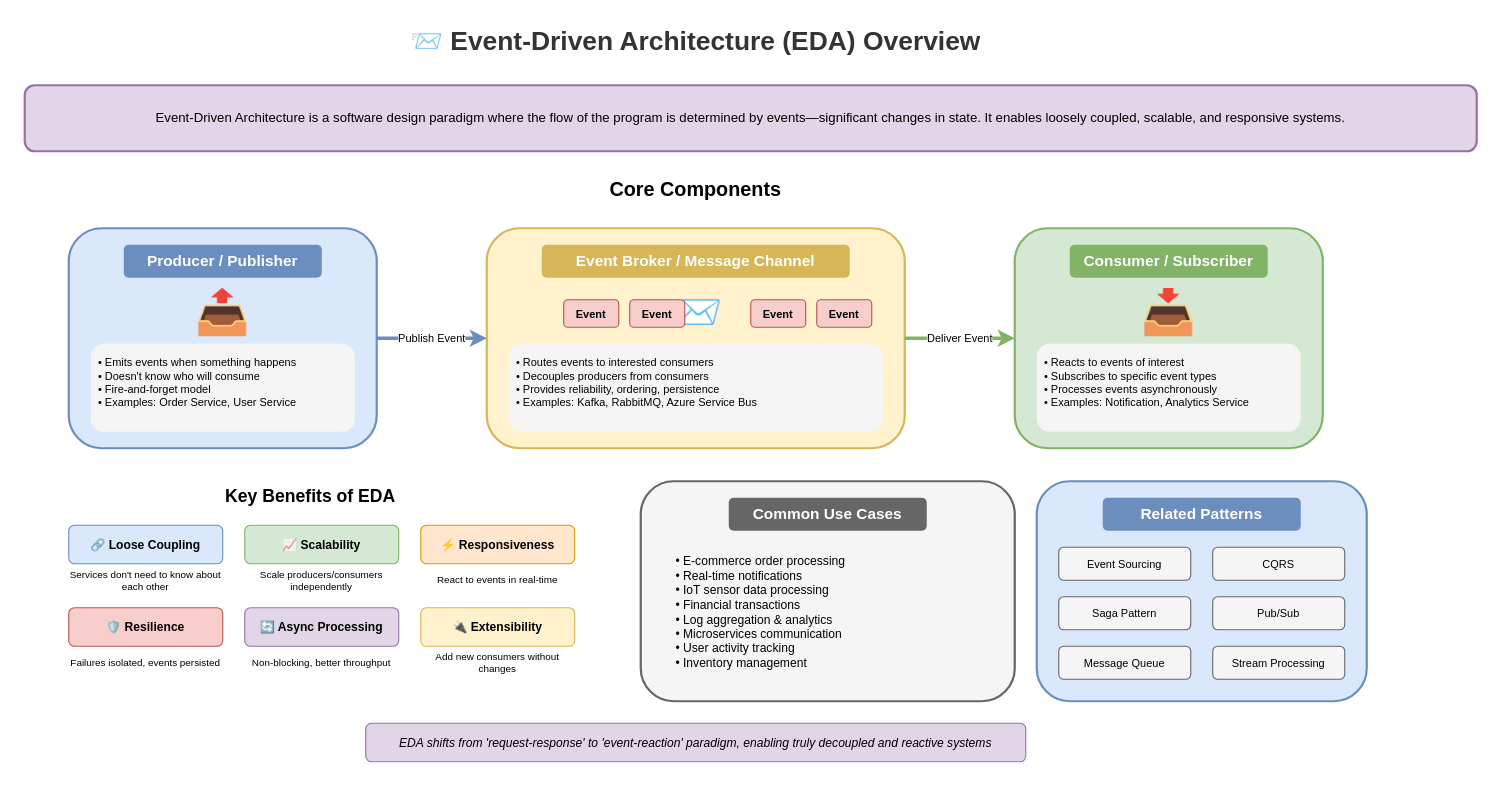
Earlier version of the draw.io diagram lesson-02-event-driven-architecture/01-core-concepts/1.1-eda-overview.drawio (MrParkerZ7/document-lesson-software-architect-x-claude). Source tidied: cells renumbered, new cells numbered last; positions are measured from the earlier drawing's top-left corner, leaving out a move shared by most shapes. Both pictures are drawn from the tidied source at 110%, with x=0, y=0 at pixel (24, 19).
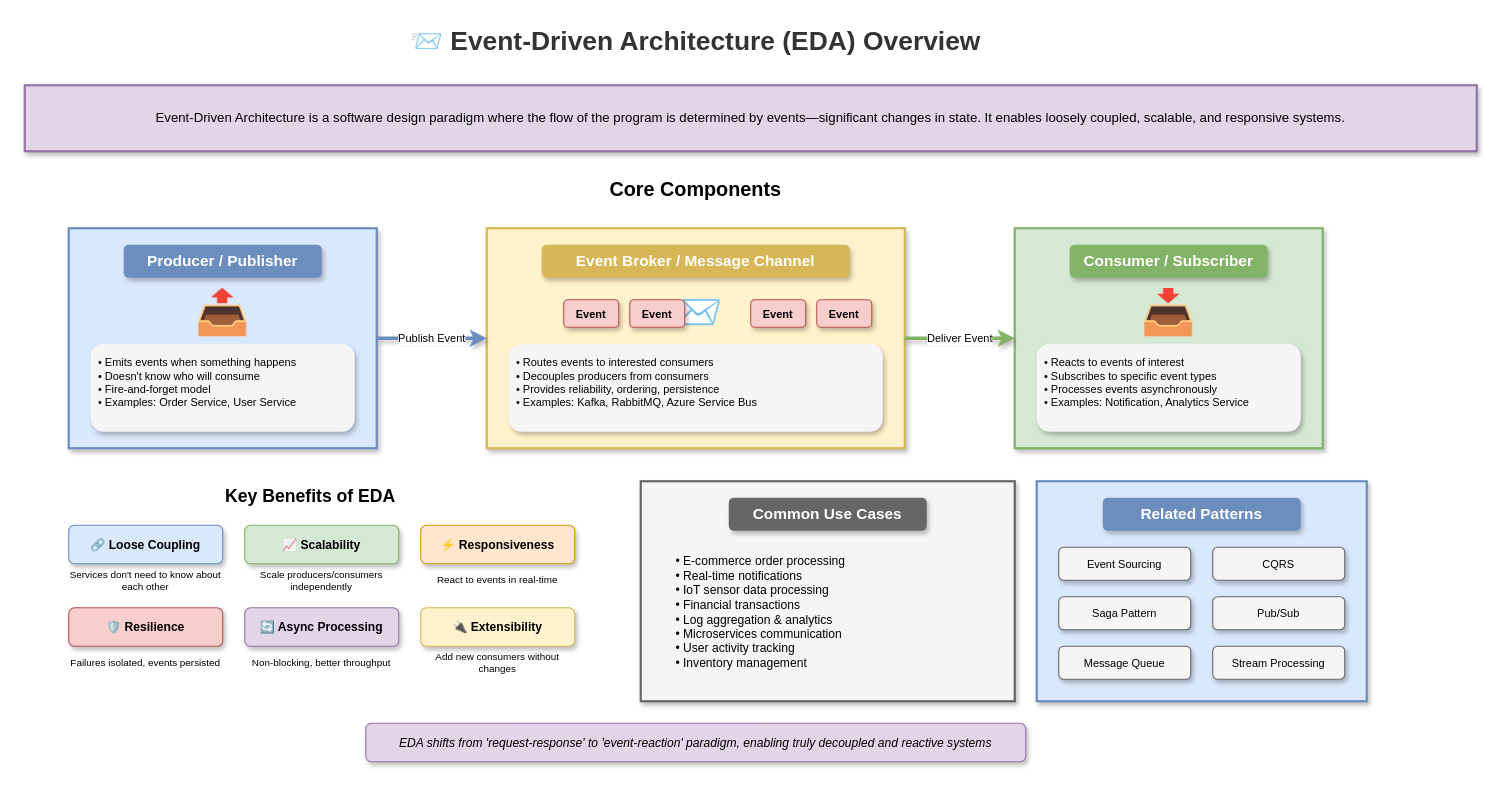
Above is the later version.

Change to the diagram source:
```diff
@@
-    <mxCell id="3" style="rounded=1;whiteSpace=wrap;html=1;fillColor=#e1d5e7;strokeColor=#9673a6;strokeWidth=2;" parent="1" vertex="1">
+    <mxCell id="3" style="rounded=0;whiteSpace=wrap;html=1;fillColor=#e1d5e7;strokeColor=#9673a6;strokeWidth=2;shadow=1;" parent="1" vertex="1">
       <mxGeometry y="60" width="1320" height="60" as="geometry" />
     </mxCell>
@@
-    <mxCell id="6" style="rounded=1;whiteSpace=wrap;html=1;fillColor=#dae8fc;strokeColor=#6c8ebf;strokeWidth=2;" parent="1" vertex="1">
+    <mxCell id="6" style="rounded=0;whiteSpace=wrap;html=1;fillColor=#dae8fc;strokeColor=#6c8ebf;strokeWidth=2;shadow=1;" parent="1" vertex="1">
       <mxGeometry x="40" y="190" width="280" height="200" as="geometry" />
     </mxCell>
-    <mxCell id="7" value="Producer / Publisher" style="text;html=1;strokeColor=none;fillColor=#6c8ebf;align=center;verticalAlign=middle;whiteSpace=wrap;rounded=1;fontSize=14;fontStyle=1;fontColor=#ffffff;" parent="1" vertex="1">
+    <mxCell id="7" value="Producer / Publisher" style="text;html=1;strokeColor=none;fillColor=#6c8ebf;align=center;verticalAlign=middle;whiteSpace=wrap;rounded=1;fontSize=14;fontStyle=1;fontColor=#ffffff;shadow=1;" parent="1" vertex="1">
       <mxGeometry x="90" y="205" width="180" height="30" as="geometry" />
     </mxCell>
@@
-    <mxCell id="9" value="• Emits events when something happens&#10;• Doesn't know who will consume&#10;• Fire-and-forget model&#10;• Examples: Order Service, User Service" style="text;html=1;strokeColor=none;fillColor=#f5f5f5;align=left;verticalAlign=top;whiteSpace=wrap;rounded=1;fontSize=10;spacingLeft=5;spacingTop=5;" parent="1" vertex="1">
+    <mxCell id="9" value="• Emits events when something happens&#10;• Doesn't know who will consume&#10;• Fire-and-forget model&#10;• Examples: Order Service, User Service" style="text;html=1;strokeColor=none;fillColor=#f5f5f5;align=left;verticalAlign=top;whiteSpace=wrap;rounded=1;fontSize=10;spacingLeft=5;spacingTop=5;shadow=1;" parent="1" vertex="1">
       <mxGeometry x="60" y="295" width="240" height="80" as="geometry" />
     </mxCell>
-    <mxCell id="10" style="rounded=1;whiteSpace=wrap;html=1;fillColor=#fff2cc;strokeColor=#d6b656;strokeWidth=2;" parent="1" vertex="1">
+    <mxCell id="10" style="rounded=0;whiteSpace=wrap;html=1;fillColor=#fff2cc;strokeColor=#d6b656;strokeWidth=2;shadow=1;" parent="1" vertex="1">
       <mxGeometry x="420" y="190" width="380" height="200" as="geometry" />
     </mxCell>
-    <mxCell id="11" value="Event Broker / Message Channel" style="text;html=1;strokeColor=none;fillColor=#d6b656;align=center;verticalAlign=middle;whiteSpace=wrap;rounded=1;fontSize=14;fontStyle=1;fontColor=#ffffff;" parent="1" vertex="1">
+    <mxCell id="11" value="Event Broker / Message Channel" style="text;html=1;strokeColor=none;fillColor=#d6b656;align=center;verticalAlign=middle;whiteSpace=wrap;rounded=1;fontSize=14;fontStyle=1;fontColor=#ffffff;shadow=1;" parent="1" vertex="1">
       <mxGeometry x="470" y="205" width="280" height="30" as="geometry" />
     </mxCell>
@@
-    <mxCell id="13" value="• Routes events to interested consumers&#10;• Decouples producers from consumers&#10;• Provides reliability, ordering, persistence&#10;• Examples: Kafka, RabbitMQ, Azure Service Bus" style="text;html=1;strokeColor=none;fillColor=#f5f5f5;align=left;verticalAlign=top;whiteSpace=wrap;rounded=1;fontSize=10;spacingLeft=5;spacingTop=5;" parent="1" vertex="1">
+    <mxCell id="13" value="• Routes events to interested consumers&#10;• Decouples producers from consumers&#10;• Provides reliability, ordering, persistence&#10;• Examples: Kafka, RabbitMQ, Azure Service Bus" style="text;html=1;strokeColor=none;fillColor=#f5f5f5;align=left;verticalAlign=top;whiteSpace=wrap;rounded=1;fontSize=10;spacingLeft=5;spacingTop=5;shadow=1;" parent="1" vertex="1">
       <mxGeometry x="440" y="295" width="340" height="80" as="geometry" />
     </mxCell>
-    <mxCell id="14" value="Event" style="rounded=1;whiteSpace=wrap;html=1;fillColor=#f8cecc;strokeColor=#b85450;fontSize=10;fontStyle=1;" parent="1" vertex="1">
+    <mxCell id="14" value="Event" style="rounded=1;whiteSpace=wrap;html=1;fillColor=#f8cecc;strokeColor=#b85450;fontSize=10;fontStyle=1;shadow=1;" parent="1" vertex="1">
       <mxGeometry x="490" y="255" width="50" height="25" as="geometry" />
     </mxCell>
-    <mxCell id="15" value="Event" style="rounded=1;whiteSpace=wrap;html=1;fillColor=#f8cecc;strokeColor=#b85450;fontSize=10;fontStyle=1;" parent="1" vertex="1">
+    <mxCell id="15" value="Event" style="rounded=1;whiteSpace=wrap;html=1;fillColor=#f8cecc;strokeColor=#b85450;fontSize=10;fontStyle=1;shadow=1;" parent="1" vertex="1">
       <mxGeometry x="550" y="255" width="50" height="25" as="geometry" />
     </mxCell>
-    <mxCell id="16" value="Event" style="rounded=1;whiteSpace=wrap;html=1;fillColor=#f8cecc;strokeColor=#b85450;fontSize=10;fontStyle=1;" parent="1" vertex="1">
+    <mxCell id="16" value="Event" style="rounded=1;whiteSpace=wrap;html=1;fillColor=#f8cecc;strokeColor=#b85450;fontSize=10;fontStyle=1;shadow=1;" parent="1" vertex="1">
       <mxGeometry x="660" y="255" width="50" height="25" as="geometry" />
     </mxCell>
-    <mxCell id="17" value="Event" style="rounded=1;whiteSpace=wrap;html=1;fillColor=#f8cecc;strokeColor=#b85450;fontSize=10;fontStyle=1;" parent="1" vertex="1">
+    <mxCell id="17" value="Event" style="rounded=1;whiteSpace=wrap;html=1;fillColor=#f8cecc;strokeColor=#b85450;fontSize=10;fontStyle=1;shadow=1;" parent="1" vertex="1">
       <mxGeometry x="720" y="255" width="50" height="25" as="geometry" />
     </mxCell>
-    <mxCell id="18" style="rounded=1;whiteSpace=wrap;html=1;fillColor=#d5e8d4;strokeColor=#82b366;strokeWidth=2;" parent="1" vertex="1">
+    <mxCell id="18" style="rounded=0;whiteSpace=wrap;html=1;fillColor=#d5e8d4;strokeColor=#82b366;strokeWidth=2;shadow=1;" parent="1" vertex="1">
       <mxGeometry x="900" y="190" width="280" height="200" as="geometry" />
     </mxCell>
-    <mxCell id="19" value="Consumer / Subscriber" style="text;html=1;strokeColor=none;fillColor=#82b366;align=center;verticalAlign=middle;whiteSpace=wrap;rounded=1;fontSize=14;fontStyle=1;fontColor=#ffffff;" parent="1" vertex="1">
+    <mxCell id="19" value="Consumer / Subscriber" style="text;html=1;strokeColor=none;fillColor=#82b366;align=center;verticalAlign=middle;whiteSpace=wrap;rounded=1;fontSize=14;fontStyle=1;fontColor=#ffffff;shadow=1;" parent="1" vertex="1">
       <mxGeometry x="950" y="205" width="180" height="30" as="geometry" />
     </mxCell>
@@
-    <mxCell id="21" value="• Reacts to events of interest&#10;• Subscribes to specific event types&#10;• Processes events asynchronously&#10;• Examples: Notification, Analytics Service" style="text;html=1;strokeColor=none;fillColor=#f5f5f5;align=left;verticalAlign=top;whiteSpace=wrap;rounded=1;fontSize=10;spacingLeft=5;spacingTop=5;" parent="1" vertex="1">
+    <mxCell id="21" value="• Reacts to events of interest&#10;• Subscribes to specific event types&#10;• Processes events asynchronously&#10;• Examples: Notification, Analytics Service" style="text;html=1;strokeColor=none;fillColor=#f5f5f5;align=left;verticalAlign=top;whiteSpace=wrap;rounded=1;fontSize=10;spacingLeft=5;spacingTop=5;shadow=1;" parent="1" vertex="1">
       <mxGeometry x="920" y="295" width="240" height="80" as="geometry" />
     </mxCell>
-    <mxCell id="22" value="Publish Event" style="endArrow=classic;html=1;strokeWidth=3;strokeColor=#6c8ebf;fontSize=10;" parent="1" edge="1">
+    <mxCell id="22" value="Publish Event" style="endArrow=classic;html=1;strokeWidth=3;strokeColor=#6c8ebf;fontSize=10;curved=1;shadow=1;flowAnimation=1;jumpStyle=arc;" parent="1" edge="1">
       <mxGeometry relative="1" as="geometry">
         <mxPoint x="320" y="290" as="sourcePoint" />
         <mxPoint x="420" y="290" as="targetPoint" />
       </mxGeometry>
     </mxCell>
-    <mxCell id="23" value="Deliver Event" style="endArrow=classic;html=1;strokeWidth=3;strokeColor=#82b366;fontSize=10;" parent="1" edge="1">
+    <mxCell id="23" value="Deliver Event" style="endArrow=classic;html=1;strokeWidth=3;strokeColor=#82b366;fontSize=10;curved=1;shadow=1;flowAnimation=1;jumpStyle=arc;" parent="1" edge="1">
       <mxGeometry relative="1" as="geometry">
         <mxPoint x="800" y="290" as="sourcePoint" />
         <mxPoint x="900" y="290" as="targetPoint" />
       </mxGeometry>
     </mxCell>
@@
-    <mxCell id="25" value="🔗 Loose Coupling" style="rounded=1;whiteSpace=wrap;html=1;fillColor=#dae8fc;strokeColor=#6c8ebf;fontSize=11;fontStyle=1;" parent="1" vertex="1">
+    <mxCell id="25" value="🔗 Loose Coupling" style="rounded=1;whiteSpace=wrap;html=1;fillColor=#dae8fc;strokeColor=#6c8ebf;fontSize=11;fontStyle=1;shadow=1;" parent="1" vertex="1">
       <mxGeometry x="40" y="460" width="140" height="35" as="geometry" />
     </mxCell>
@@
-    <mxCell id="27" value="📈 Scalability" style="rounded=1;whiteSpace=wrap;html=1;fillColor=#d5e8d4;strokeColor=#82b366;fontSize=11;fontStyle=1;" parent="1" vertex="1">
+    <mxCell id="27" value="📈 Scalability" style="rounded=1;whiteSpace=wrap;html=1;fillColor=#d5e8d4;strokeColor=#82b366;fontSize=11;fontStyle=1;shadow=1;" parent="1" vertex="1">
       <mxGeometry x="200" y="460" width="140" height="35" as="geometry" />
     </mxCell>
@@
-    <mxCell id="29" value="⚡ Responsiveness" style="rounded=1;whiteSpace=wrap;html=1;fillColor=#ffe6cc;strokeColor=#d79b00;fontSize=11;fontStyle=1;" parent="1" vertex="1">
+    <mxCell id="29" value="⚡ Responsiveness" style="rounded=1;whiteSpace=wrap;html=1;fillColor=#ffe6cc;strokeColor=#d79b00;fontSize=11;fontStyle=1;shadow=1;" parent="1" vertex="1">
       <mxGeometry x="360" y="460" width="140" height="35" as="geometry" />
     </mxCell>
@@
-    <mxCell id="31" value="🛡️ Resilience" style="rounded=1;whiteSpace=wrap;html=1;fillColor=#f8cecc;strokeColor=#b85450;fontSize=11;fontStyle=1;" parent="1" vertex="1">
+    <mxCell id="31" value="🛡️ Resilience" style="rounded=1;whiteSpace=wrap;html=1;fillColor=#f8cecc;strokeColor=#b85450;fontSize=11;fontStyle=1;shadow=1;" parent="1" vertex="1">
       <mxGeometry x="40" y="535" width="140" height="35" as="geometry" />
     </mxCell>
@@
-    <mxCell id="33" value="🔄 Async Processing" style="rounded=1;whiteSpace=wrap;html=1;fillColor=#e1d5e7;strokeColor=#9673a6;fontSize=11;fontStyle=1;" parent="1" vertex="1">
+    <mxCell id="33" value="🔄 Async Processing" style="rounded=1;whiteSpace=wrap;html=1;fillColor=#e1d5e7;strokeColor=#9673a6;fontSize=11;fontStyle=1;shadow=1;" parent="1" vertex="1">
       <mxGeometry x="200" y="535" width="140" height="35" as="geometry" />
     </mxCell>
@@
-    <mxCell id="35" value="🔌 Extensibility" style="rounded=1;whiteSpace=wrap;html=1;fillColor=#fff2cc;strokeColor=#d6b656;fontSize=11;fontStyle=1;" parent="1" vertex="1">
+    <mxCell id="35" value="🔌 Extensibility" style="rounded=1;whiteSpace=wrap;html=1;fillColor=#fff2cc;strokeColor=#d6b656;fontSize=11;fontStyle=1;shadow=1;" parent="1" vertex="1">
       <mxGeometry x="360" y="535" width="140" height="35" as="geometry" />
     </mxCell>
@@
-    <mxCell id="37" style="rounded=1;whiteSpace=wrap;html=1;fillColor=#f5f5f5;strokeColor=#666666;strokeWidth=2;" parent="1" vertex="1">
+    <mxCell id="37" style="rounded=0;whiteSpace=wrap;html=1;fillColor=#f5f5f5;strokeColor=#666666;strokeWidth=2;shadow=1;" parent="1" vertex="1">
       <mxGeometry x="560" y="420" width="340" height="200" as="geometry" />
     </mxCell>
-    <mxCell id="38" value="Common Use Cases" style="text;html=1;strokeColor=none;fillColor=#666666;align=center;verticalAlign=middle;whiteSpace=wrap;rounded=1;fontSize=14;fontStyle=1;fontColor=#ffffff;" parent="1" vertex="1">
+    <mxCell id="38" value="Common Use Cases" style="text;html=1;strokeColor=none;fillColor=#666666;align=center;verticalAlign=middle;whiteSpace=wrap;rounded=1;fontSize=14;fontStyle=1;fontColor=#ffffff;shadow=1;" parent="1" vertex="1">
       <mxGeometry x="640" y="435" width="180" height="30" as="geometry" />
     </mxCell>
@@
-    <mxCell id="40" style="rounded=1;whiteSpace=wrap;html=1;fillColor=#dae8fc;strokeColor=#6c8ebf;strokeWidth=2;" parent="1" vertex="1">
+    <mxCell id="40" style="rounded=0;whiteSpace=wrap;html=1;fillColor=#dae8fc;strokeColor=#6c8ebf;strokeWidth=2;shadow=1;" parent="1" vertex="1">
       <mxGeometry x="920" y="420" width="300" height="200" as="geometry" />
     </mxCell>
-    <mxCell id="41" value="Related Patterns" style="text;html=1;strokeColor=none;fillColor=#6c8ebf;align=center;verticalAlign=middle;whiteSpace=wrap;rounded=1;fontSize=14;fontStyle=1;fontColor=#ffffff;" parent="1" vertex="1">
+    <mxCell id="41" value="Related Patterns" style="text;html=1;strokeColor=none;fillColor=#6c8ebf;align=center;verticalAlign=middle;whiteSpace=wrap;rounded=1;fontSize=14;fontStyle=1;fontColor=#ffffff;shadow=1;" parent="1" vertex="1">
       <mxGeometry x="980" y="435" width="180" height="30" as="geometry" />
     </mxCell>
-    <mxCell id="42" value="Event Sourcing" style="rounded=1;whiteSpace=wrap;html=1;fillColor=#f5f5f5;strokeColor=#666666;fontSize=10;" parent="1" vertex="1">
+    <mxCell id="42" value="Event Sourcing" style="rounded=1;whiteSpace=wrap;html=1;fillColor=#f5f5f5;strokeColor=#666666;fontSize=10;shadow=1;" parent="1" vertex="1">
       <mxGeometry x="940" y="480" width="120" height="30" as="geometry" />
     </mxCell>
-    <mxCell id="43" value="CQRS" style="rounded=1;whiteSpace=wrap;html=1;fillColor=#f5f5f5;strokeColor=#666666;fontSize=10;" parent="1" vertex="1">
+    <mxCell id="43" value="CQRS" style="rounded=1;whiteSpace=wrap;html=1;fillColor=#f5f5f5;strokeColor=#666666;fontSize=10;shadow=1;" parent="1" vertex="1">
       <mxGeometry x="1080" y="480" width="120" height="30" as="geometry" />
     </mxCell>
-    <mxCell id="44" value="Saga Pattern" style="rounded=1;whiteSpace=wrap;html=1;fillColor=#f5f5f5;strokeColor=#666666;fontSize=10;" parent="1" vertex="1">
+    <mxCell id="44" value="Saga Pattern" style="rounded=1;whiteSpace=wrap;html=1;fillColor=#f5f5f5;strokeColor=#666666;fontSize=10;shadow=1;" parent="1" vertex="1">
       <mxGeometry x="940" y="525" width="120" height="30" as="geometry" />
     </mxCell>
-    <mxCell id="45" value="Pub/Sub" style="rounded=1;whiteSpace=wrap;html=1;fillColor=#f5f5f5;strokeColor=#666666;fontSize=10;" parent="1" vertex="1">
+    <mxCell id="45" value="Pub/Sub" style="rounded=1;whiteSpace=wrap;html=1;fillColor=#f5f5f5;strokeColor=#666666;fontSize=10;shadow=1;" parent="1" vertex="1">
       <mxGeometry x="1080" y="525" width="120" height="30" as="geometry" />
     </mxCell>
-    <mxCell id="46" value="Message Queue" style="rounded=1;whiteSpace=wrap;html=1;fillColor=#f5f5f5;strokeColor=#666666;fontSize=10;" parent="1" vertex="1">
+    <mxCell id="46" value="Message Queue" style="rounded=1;whiteSpace=wrap;html=1;fillColor=#f5f5f5;strokeColor=#666666;fontSize=10;shadow=1;" parent="1" vertex="1">
       <mxGeometry x="940" y="570" width="120" height="30" as="geometry" />
     </mxCell>
-    <mxCell id="47" value="Stream Processing" style="rounded=1;whiteSpace=wrap;html=1;fillColor=#f5f5f5;strokeColor=#666666;fontSize=10;" parent="1" vertex="1">
+    <mxCell id="47" value="Stream Processing" style="rounded=1;whiteSpace=wrap;html=1;fillColor=#f5f5f5;strokeColor=#666666;fontSize=10;shadow=1;" parent="1" vertex="1">
       <mxGeometry x="1080" y="570" width="120" height="30" as="geometry" />
     </mxCell>
-    <mxCell id="48" value="EDA shifts from 'request-response' to 'event-reaction' paradigm, enabling truly decoupled and reactive systems" style="text;html=1;strokeColor=#9673a6;fillColor=#e1d5e7;align=center;verticalAlign=middle;whiteSpace=wrap;rounded=1;fontSize=11;fontStyle=2;" parent="1" vertex="1">
+    <mxCell id="48" value="EDA shifts from 'request-response' to 'event-reaction' paradigm, enabling truly decoupled and reactive systems" style="text;html=1;strokeColor=#9673a6;fillColor=#e1d5e7;align=center;verticalAlign=middle;whiteSpace=wrap;rounded=1;fontSize=11;fontStyle=2;shadow=1;" parent="1" vertex="1">
       <mxGeometry x="310" y="640" width="600" height="35" as="geometry" />
     </mxCell>
```
